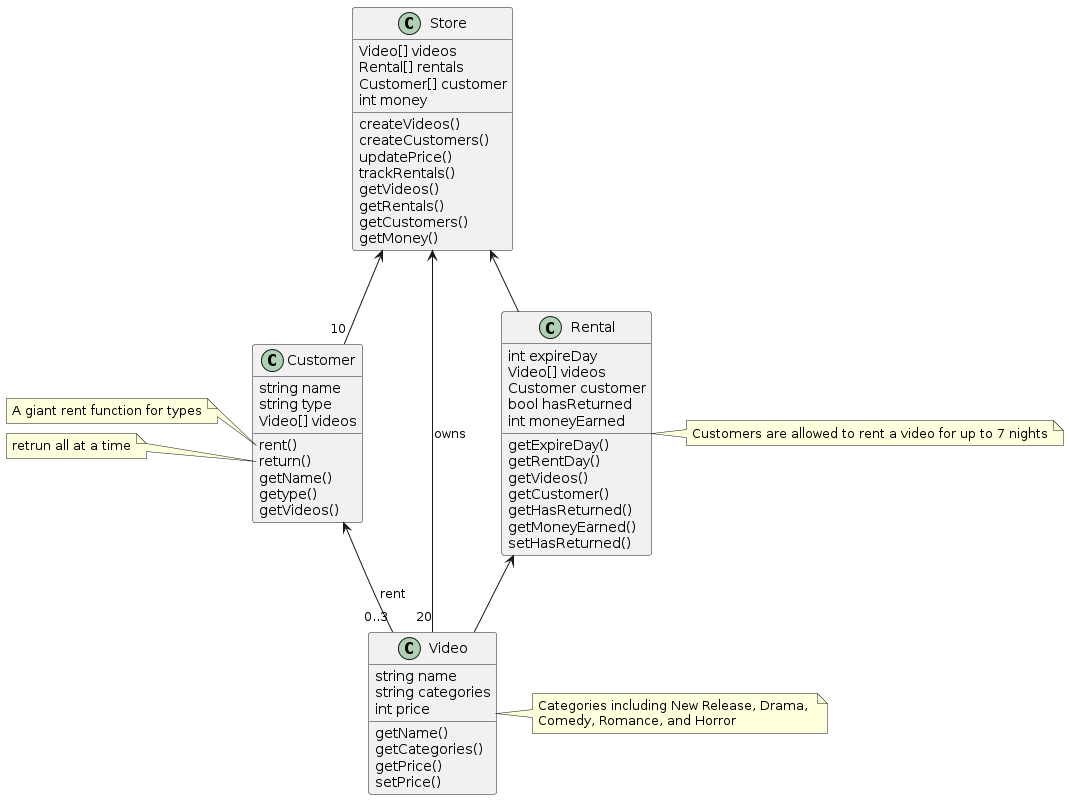
Earlier version of the PlantUML export hw3/classDiagram.png (wannaflyhigh/Object-Oriented-Programming).
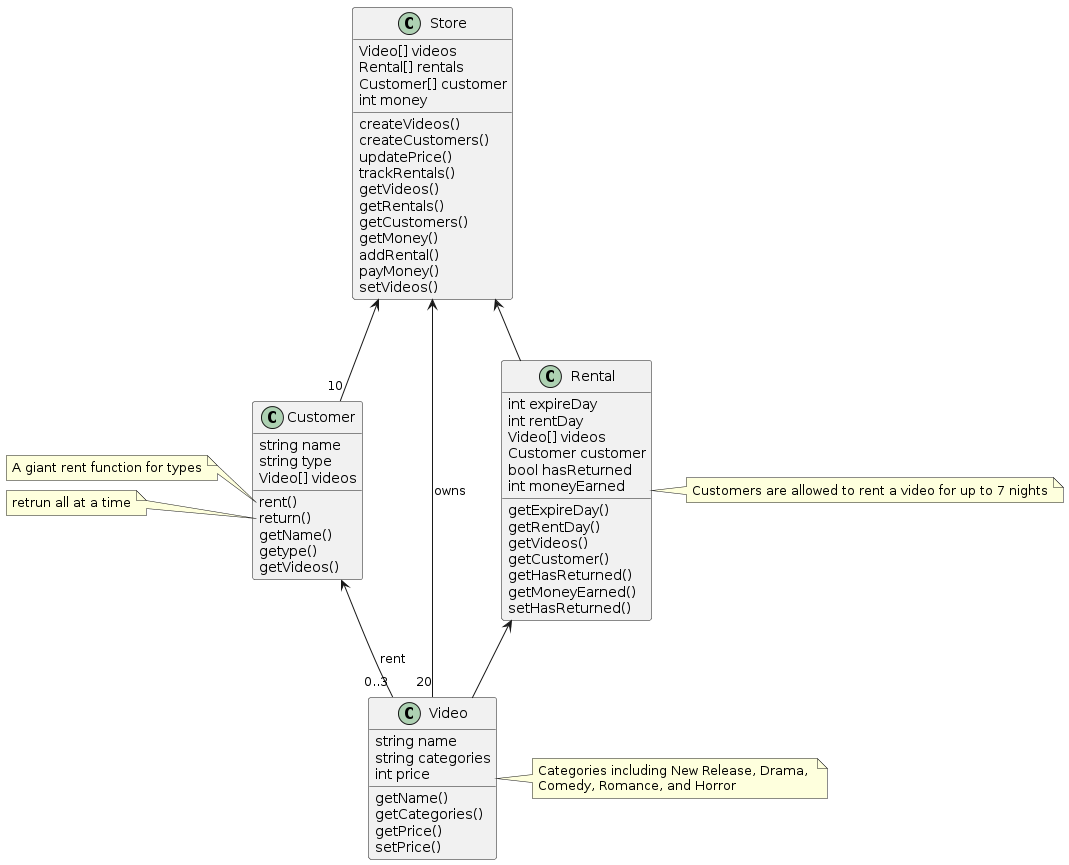
After the change.

Diff of the diagram source:
```diff
@@ -12,6 +12,9 @@
     getRentals()
     getCustomers()
     getMoney()
+	addRental()
+	payMoney()
+	setVideos()
 }
 
 class Customer{
@@ -53,6 +56,7 @@
 
 class Rental{
 	int expireDay
+	int rentDay
 	Video[] videos
 	Customer customer
 	bool hasReturned
```
